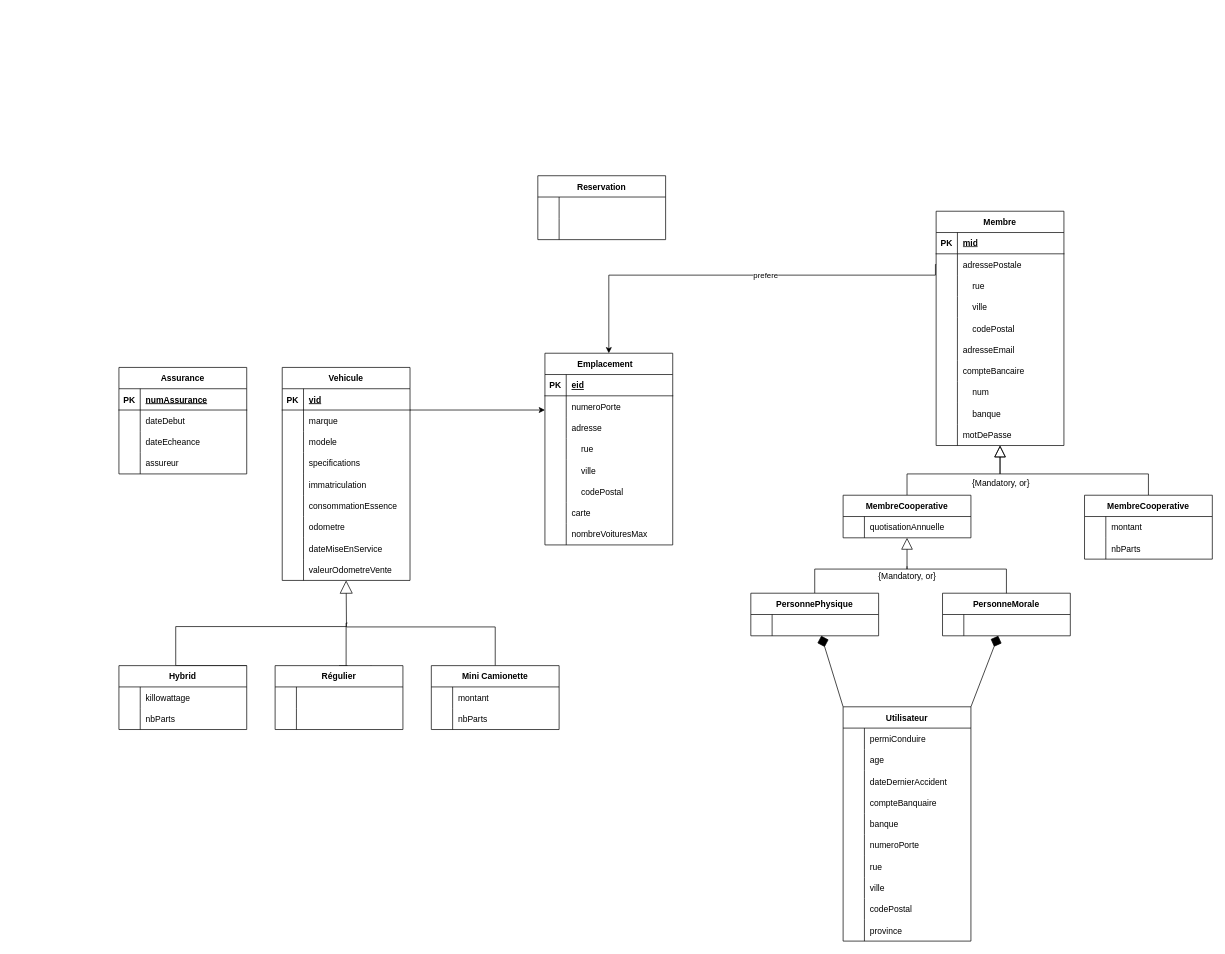
This is Tp4_Diagram.drawio from R0ma01/INF_3710_tp4, a draw.io file, before an edit. Source tidied: cells renumbered, new cells numbered last; positions are measured from the earlier drawing's top-left corner, leaving out a move shared by most shapes. Both pictures are drawn from the tidied source at 71%, with x=0, y=0 at pixel (119, 175).
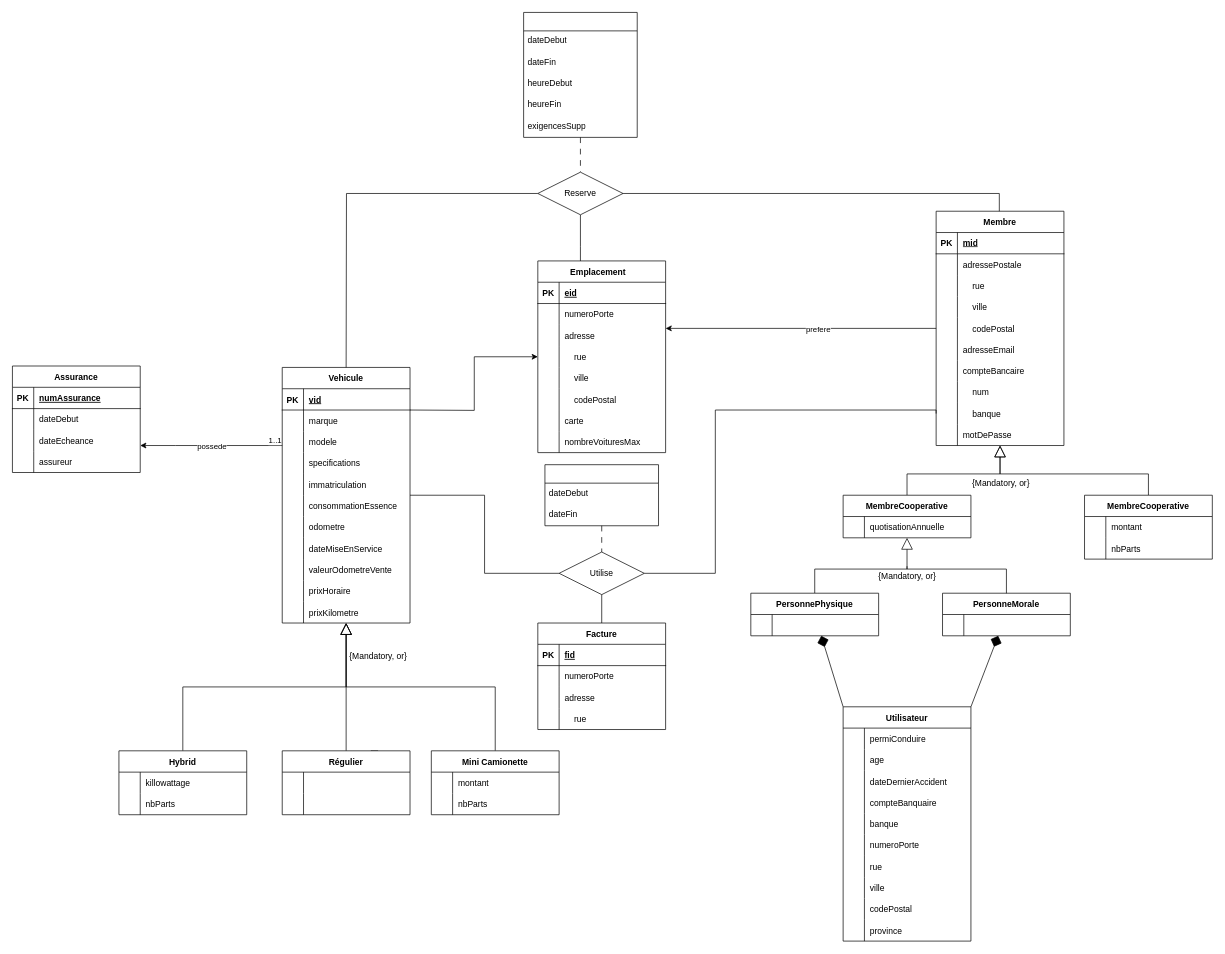
The same page after the edit.

Unchanged cells that the change refers to:
```xml
<mxCell id="154" value="Membre" style="shape=table;startSize=30;childLayout=tableLayout;rowLines=0;fontStyle=1;align=center;" parent="1" vertex="1">
  <mxGeometry x="1151" y="50" width="180" height="330" as="geometry" />
</mxCell>
<mxCell id="158" style="shape=tableRow;horizontal=0;startSize=0;swimlaneHead=0;swimlaneBody=0;fillColor=none;points=[[0,0.5],[1,0.5]];portConstraint=eastwest;top=0;left=0;right=0;bottom=0;" parent="154" vertex="1">
  <mxGeometry y="60" width="180" height="30" as="geometry" />
</mxCell>
<mxCell id="179" style="shape=tableRow;horizontal=0;startSize=0;swimlaneHead=0;swimlaneBody=0;fillColor=none;points=[[0,0.5],[1,0.5]];portConstraint=eastwest;top=0;left=0;right=0;bottom=0;" parent="154" vertex="1">
  <mxGeometry y="270" width="180" height="30" as="geometry" />
</mxCell>
```

What changed in the source:
```diff
@@
     <mxCell id="2" value="Emplacement   " style="shape=table;startSize=30;childLayout=tableLayout;rowLines=0;fontStyle=1;align=center;" parent="1" vertex="1">
-      <mxGeometry x="600" y="250" width="180" height="270" as="geometry" />
+      <mxGeometry x="590" y="120" width="180" height="270" as="geometry" />
     </mxCell>
@@
+    <mxCell id="193" style="edgeStyle=orthogonalEdgeStyle;rounded=0;jettySize=auto;html=1;" parent="1" edge="1" source="27" target="100">
+      <mxGeometry relative="1" as="geometry">
+        <Array as="points">
+          <mxPoint x="80" y="380" />
+          <mxPoint x="80" y="380" />
+        </Array>
+      </mxGeometry>
+    </mxCell>
+    <mxCell id="194" value="possede" style="edgeLabel;html=1;align=center;verticalAlign=middle;" parent="193" vertex="1">
+      <mxGeometry x="-0.14" y="1" relative="1" as="geometry">
+        <mxPoint x="-14" y="-1" as="offset" />
+      </mxGeometry>
+    </mxCell>
+    <mxCell id="195" value="1..1" style="edgeLabel;html=1;align=center;verticalAlign=middle;" parent="193" vertex="1">
+      <mxGeometry x="-0.93" y="-3" relative="1" as="geometry">
+        <mxPoint x="-4" y="-5" as="offset" />
+      </mxGeometry>
+    </mxCell>
     <mxCell id="27" value="Vehicule" style="shape=table;startSize=30;childLayout=tableLayout;rowLines=0;fontStyle=1;align=center;" parent="1" vertex="1">
-      <mxGeometry x="230" y="270" width="180" height="300" as="geometry" />
+      <mxGeometry x="230" y="270" width="180" height="360" as="geometry" />
     </mxCell>
@@
+    <mxCell id="196" style="shape=tableRow;horizontal=0;startSize=0;swimlaneHead=0;swimlaneBody=0;fillColor=none;top=0;left=0;right=0;bottom=0;" parent="27" vertex="1">
+      <mxGeometry y="300" width="180" height="30" as="geometry" />
+    </mxCell>
+    <mxCell id="197" style="shape=partialRectangle;fillColor=none;top=0;left=0;bottom=0;right=0;overflow=hidden;" parent="196" vertex="1">
+      <mxGeometry width="30" height="30" as="geometry" />
+    </mxCell>
+    <mxCell id="198" value="prixHoraire" style="shape=partialRectangle;fillColor=none;top=0;left=0;bottom=0;right=0;align=left;spacingLeft=6;overflow=hidden;" parent="196" vertex="1">
+      <mxGeometry x="30" width="150" height="30" as="geometry" />
+    </mxCell>
+    <mxCell id="199" style="shape=tableRow;horizontal=0;startSize=0;swimlaneHead=0;swimlaneBody=0;fillColor=none;top=0;left=0;right=0;bottom=0;" parent="27" vertex="1">
+      <mxGeometry y="330" width="180" height="30" as="geometry" />
+    </mxCell>
+    <mxCell id="200" style="shape=partialRectangle;fillColor=none;top=0;left=0;bottom=0;right=0;overflow=hidden;" parent="199" vertex="1">
+      <mxGeometry width="30" height="30" as="geometry" />
+    </mxCell>
+    <mxCell id="201" value="prixKilometre" style="shape=partialRectangle;fillColor=none;top=0;left=0;bottom=0;right=0;align=left;spacingLeft=6;overflow=hidden;" parent="199" vertex="1">
+      <mxGeometry x="30" width="150" height="30" as="geometry" />
+    </mxCell>
@@
-    <mxCell id="74" style="edgeStyle=orthogonalEdgeStyle;rounded=0;jettySize=auto;html=1;exitX=0.5;exitY=0;exitDx=0;exitDy=0;endArrow=block;endFill=0;strokeWidth=1;endSize=16;" parent="1" edge="1" source="75">
-      <mxGeometry relative="1" as="geometry">
-        <mxPoint x="320" y="570" as="targetPoint" />
-      </mxGeometry>
-    </mxCell>
+    <mxCell id="202" style="edgeStyle=orthogonalEdgeStyle;rounded=0;jettySize=auto;html=1;endArrow=block;endFill=0;endSize=14;" parent="1" edge="1" source="75" target="27">
+      <mxGeometry relative="1" as="geometry">
+        <Array as="points">
+          <mxPoint x="530" y="720" />
+          <mxPoint x="320" y="720" />
+        </Array>
+      </mxGeometry>
+    </mxCell>
     <mxCell id="75" value="Mini Camionette" style="shape=table;startSize=30;childLayout=tableLayout;rowLines=0;fontStyle=1;align=center;" parent="1" vertex="1">
-      <mxGeometry x="440" y="690" width="180" height="90" as="geometry" />
+      <mxGeometry x="440" y="810" width="180" height="90" as="geometry" />
     </mxCell>
@@
     <mxCell id="82" style="edgeStyle=orthogonalEdgeStyle;rounded=0;jettySize=auto;html=1;exitX=0.5;exitY=0;exitDx=0;exitDy=0;" parent="1" edge="1" source="85">
       <mxGeometry relative="1" as="geometry">
-        <mxPoint x="320" y="705" as="targetPoint" />
+        <mxPoint x="320" y="825" as="targetPoint" />
       </mxGeometry>
     </mxCell>
     <mxCell id="83" style="edgeStyle=orthogonalEdgeStyle;rounded=0;jettySize=auto;html=1;exitX=0.75;exitY=0;exitDx=0;exitDy=0;" parent="1" edge="1" source="85">
       <mxGeometry relative="1" as="geometry">
-        <mxPoint x="355" y="705" as="targetPoint" />
+        <mxPoint x="355" y="825" as="targetPoint" />
       </mxGeometry>
     </mxCell>
-    <mxCell id="84" style="edgeStyle=orthogonalEdgeStyle;rounded=0;orthogonalLoop=1;jettySize=auto;html=1;exitX=0.559;exitY=0.017;exitDx=0;exitDy=0;endArrow=none;endFill=0;exitPerimeter=0;" parent="1" edge="1">
-      <mxGeometry relative="1" as="geometry">
-        <mxPoint x="321.6" y="691.5" as="sourcePoint" />
-        <mxPoint x="322" y="630" as="targetPoint" />
-        <Array as="points">
-          <mxPoint x="322" y="690" />
-          <mxPoint x="320" y="690" />
-        </Array>
-      </mxGeometry>
-    </mxCell>
+    <mxCell id="203" style="edgeStyle=orthogonalEdgeStyle;rounded=0;jettySize=auto;html=1;exitX=0.5;exitY=0;exitDx=0;exitDy=0;endArrow=block;endFill=0;endSize=14;" parent="1" edge="1" source="85" target="27">
+      <mxGeometry relative="1" as="geometry" />
+    </mxCell>
     <mxCell id="85" value="Régulier" style="shape=table;startSize=30;childLayout=tableLayout;rowLines=0;fontStyle=1;align=center;" parent="1" vertex="1">
-      <mxGeometry x="220" y="690" width="180" height="90" as="geometry" />
+      <mxGeometry x="230" y="810" width="180" height="90" as="geometry" />
     </mxCell>
@@
-    <mxCell id="92" style="edgeStyle=orthogonalEdgeStyle;rounded=0;orthogonalLoop=1;jettySize=auto;html=1;exitX=1;exitY=0;exitDx=0;exitDy=0;endArrow=none;endFill=0;" parent="1" edge="1">
-      <mxGeometry relative="1" as="geometry">
-        <mxPoint x="180" y="690" as="sourcePoint" />
-        <mxPoint x="320" y="635" as="targetPoint" />
-        <Array as="points">
-          <mxPoint x="80" y="690" />
-          <mxPoint x="80" y="635" />
-          <mxPoint x="320" y="635" />
-        </Array>
-      </mxGeometry>
-    </mxCell>
+    <mxCell id="204" style="edgeStyle=orthogonalEdgeStyle;rounded=0;jettySize=auto;html=1;exitX=0.5;exitY=0;exitDx=0;exitDy=0;endArrow=block;endFill=0;endSize=14;" parent="1" edge="1" source="93" target="27">
+      <mxGeometry relative="1" as="geometry">
+        <Array as="points">
+          <mxPoint x="90" y="720" />
+          <mxPoint x="320" y="720" />
+        </Array>
+      </mxGeometry>
+    </mxCell>
     <mxCell id="93" value="Hybrid" style="shape=table;startSize=30;childLayout=tableLayout;rowLines=0;fontStyle=1;align=center;" parent="1" vertex="1">
-      <mxGeometry y="690" width="180" height="90" as="geometry" />
+      <mxGeometry y="810" width="180" height="90" as="geometry" />
     </mxCell>
@@
     <mxCell id="100" value="Assurance" style="shape=table;startSize=30;childLayout=tableLayout;rowLines=0;fontStyle=1;align=center;" parent="1" vertex="1">
-      <mxGeometry y="270" width="180" height="150" as="geometry" />
+      <mxGeometry x="-150" y="268" width="180" height="150" as="geometry" />
     </mxCell>
@@
-    <mxCell id="113" style="edgeStyle=orthogonalEdgeStyle;rounded=0;orthogonalLoop=1;jettySize=auto;html=1;exitX=1;exitY=0.5;exitDx=0;exitDy=0;entryX=0;entryY=0.5;entryDx=0;entryDy=0;" parent="1" edge="1">
+    <mxCell id="113" style="edgeStyle=orthogonalEdgeStyle;rounded=0;jettySize=auto;html=1;exitX=1;exitY=0.5;exitDx=0;exitDy=0;" parent="1" edge="1" target="2">
       <mxGeometry relative="1" as="geometry">
         <mxPoint x="410" y="330" as="sourcePoint" />
-        <mxPoint x="600" y="330" as="targetPoint" />
       </mxGeometry>
     </mxCell>
@@
-    <mxCell id="147" value="Reservation" style="shape=table;startSize=30;childLayout=tableLayout;rowLines=0;fontStyle=1;align=center;" parent="1" vertex="1">
-      <mxGeometry x="590" width="180" height="90" as="geometry" />
-    </mxCell>
-    <mxCell id="148" style="shape=tableRow;horizontal=0;startSize=0;swimlaneHead=0;swimlaneBody=0;fillColor=none;top=0;left=0;right=0;bottom=0;" parent="147" vertex="1">
-      <mxGeometry y="30" width="180" height="30" as="geometry" />
-    </mxCell>
-    <mxCell id="149" style="shape=partialRectangle;fillColor=none;top=0;left=0;bottom=0;right=0;overflow=hidden;" parent="148" vertex="1">
-      <mxGeometry width="30" height="30" as="geometry" />
-    </mxCell>
-    <mxCell id="150" style="shape=partialRectangle;fillColor=none;top=0;left=0;bottom=0;right=0;align=left;spacingLeft=6;overflow=hidden;" parent="148" vertex="1">
-      <mxGeometry x="30" width="150" height="30" as="geometry" />
-    </mxCell>
-    <mxCell id="151" style="shape=tableRow;horizontal=0;startSize=0;swimlaneHead=0;swimlaneBody=0;fillColor=none;top=0;left=0;right=0;bottom=0;" parent="147" vertex="1">
-      <mxGeometry y="60" width="180" height="30" as="geometry" />
-    </mxCell>
-    <mxCell id="152" style="shape=partialRectangle;fillColor=none;top=0;left=0;bottom=0;right=0;overflow=hidden;" parent="151" vertex="1">
-      <mxGeometry width="30" height="30" as="geometry" />
-    </mxCell>
-    <mxCell id="153" style="shape=partialRectangle;fillColor=none;top=0;left=0;bottom=0;right=0;align=left;spacingLeft=6;overflow=hidden;" parent="151" vertex="1">
-      <mxGeometry x="30" width="150" height="30" as="geometry" />
-    </mxCell>
@@
-    <mxCell id="190" style="edgeStyle=orthogonalEdgeStyle;rounded=0;jettySize=auto;html=1;exitX=0;exitY=0.5;exitDx=0;exitDy=0;" parent="1" edge="1" source="158" target="2">
+    <mxCell id="190" style="edgeStyle=orthogonalEdgeStyle;rounded=0;jettySize=auto;html=1;" parent="1" edge="1" source="154" target="2">
       <mxGeometry relative="1" as="geometry">
         <Array as="points">
-          <mxPoint x="1150" y="140" />
-          <mxPoint x="690" y="140" />
+          <mxPoint x="720" y="140" />
         </Array>
       </mxGeometry>
     </mxCell>
@@
+    <mxCell id="205" style="edgeStyle=orthogonalEdgeStyle;rounded=0;jettySize=auto;html=1;endArrow=none;endFill=0;dashed=1;dashPattern=8 8;" parent="1" edge="1" source="206" target="215">
+      <mxGeometry relative="1" as="geometry" />
+    </mxCell>
+    <mxCell id="206" style="swimlane;fontStyle=0;horizontal=1;startSize=26;align=center;fontSize=14;" parent="1" vertex="1">
+      <mxGeometry x="570" y="-230" width="160" height="176" as="geometry" />
+    </mxCell>
+    <mxCell id="207" value="dateDebut" style="text;strokeColor=none;fillColor=none;spacingLeft=4;spacingRight=4;overflow=hidden;fontSize=12;whiteSpace=wrap;html=1;" parent="206" vertex="1">
+      <mxGeometry y="26" width="160" height="30" as="geometry" />
+    </mxCell>
+    <mxCell id="208" value="dateFin" style="text;strokeColor=none;fillColor=none;spacingLeft=4;spacingRight=4;overflow=hidden;fontSize=12;whiteSpace=wrap;html=1;" parent="206" vertex="1">
+      <mxGeometry y="56" width="160" height="30" as="geometry" />
+    </mxCell>
+    <mxCell id="209" value="heureDebut" style="text;strokeColor=none;fillColor=none;spacingLeft=4;spacingRight=4;overflow=hidden;fontSize=12;whiteSpace=wrap;html=1;" parent="206" vertex="1">
+      <mxGeometry y="86" width="160" height="30" as="geometry" />
+    </mxCell>
+    <mxCell id="210" value="heureFin" style="text;strokeColor=none;fillColor=none;spacingLeft=4;spacingRight=4;overflow=hidden;fontSize=12;whiteSpace=wrap;html=1;" parent="206" vertex="1">
+      <mxGeometry y="116" width="160" height="30" as="geometry" />
+    </mxCell>
+    <mxCell id="211" value="exigencesSupp" style="text;strokeColor=none;fillColor=none;spacingLeft=4;spacingRight=4;overflow=hidden;fontSize=12;whiteSpace=wrap;html=1;" parent="206" vertex="1">
+      <mxGeometry y="146" width="160" height="30" as="geometry" />
+    </mxCell>
+    <mxCell id="212" style="edgeStyle=orthogonalEdgeStyle;rounded=0;jettySize=auto;html=1;endArrow=none;endFill=0;" parent="1" edge="1" source="215">
+      <mxGeometry relative="1" as="geometry">
+        <mxPoint x="320" y="270" as="targetPoint" />
+      </mxGeometry>
+    </mxCell>
+    <mxCell id="213" style="edgeStyle=orthogonalEdgeStyle;rounded=0;jettySize=auto;html=1;endArrow=none;endFill=0;" parent="1" edge="1" source="154" target="215">
+      <mxGeometry relative="1" as="geometry">
+        <Array as="points">
+          <mxPoint x="1240" y="25" />
+        </Array>
+      </mxGeometry>
+    </mxCell>
+    <mxCell id="214" style="edgeStyle=orthogonalEdgeStyle;rounded=0;jettySize=auto;html=1;exitX=0.5;exitY=1;exitDx=0;exitDy=0;endArrow=none;endFill=0;" parent="1" edge="1" source="215" target="2">
+      <mxGeometry relative="1" as="geometry">
+        <Array as="points">
+          <mxPoint x="650" y="100" />
+          <mxPoint x="650" y="100" />
+        </Array>
+      </mxGeometry>
+    </mxCell>
+    <mxCell id="215" value="Reserve" style="shape=rhombus;perimeter=rhombusPerimeter;whiteSpace=wrap;html=1;align=center;" parent="1" vertex="1">
+      <mxGeometry x="590" y="-5" width="120" height="60" as="geometry" />
+    </mxCell>
+    <mxCell id="216" value="{Mandatory, or}" style="text;html=1;align=center;verticalAlign=middle;strokeColor=none;fillColor=none;" parent="1" vertex="1">
+      <mxGeometry x="315" y="662" width="100" height="30" as="geometry" />
+    </mxCell>
+    <mxCell id="217" style="edgeStyle=orthogonalEdgeStyle;rounded=0;jettySize=auto;html=1;exitX=0;exitY=0.5;exitDx=0;exitDy=0;endArrow=none;endFill=0;" parent="1" edge="1" source="219" target="27">
+      <mxGeometry relative="1" as="geometry" />
+    </mxCell>
+    <mxCell id="218" style="edgeStyle=orthogonalEdgeStyle;rounded=0;jettySize=auto;html=1;exitX=0;exitY=0.5;exitDx=0;exitDy=0;endArrow=none;endFill=0;" parent="1" edge="1" source="179" target="219">
+      <mxGeometry relative="1" as="geometry">
+        <Array as="points">
+          <mxPoint x="1151" y="330" />
+          <mxPoint x="840" y="330" />
+          <mxPoint x="840" y="560" />
+        </Array>
+      </mxGeometry>
+    </mxCell>
+    <mxCell id="219" value="Utilise" style="shape=rhombus;perimeter=rhombusPerimeter;whiteSpace=wrap;html=1;align=center;" parent="1" vertex="1">
+      <mxGeometry x="620" y="530" width="120" height="60" as="geometry" />
+    </mxCell>
+    <mxCell id="220" style="edgeStyle=orthogonalEdgeStyle;rounded=0;jettySize=auto;html=1;exitX=0.5;exitY=0;exitDx=0;exitDy=0;endArrow=none;endFill=0;" parent="1" edge="1" source="221" target="219">
+      <mxGeometry relative="1" as="geometry" />
+    </mxCell>
+    <mxCell id="221" value="Facture" style="shape=table;startSize=30;childLayout=tableLayout;rowLines=0;fontStyle=1;align=center;" parent="1" vertex="1">
+      <mxGeometry x="590" y="630" width="180" height="150" as="geometry" />
+    </mxCell>
+    <mxCell id="222" style="shape=tableRow;horizontal=0;startSize=0;swimlaneHead=0;swimlaneBody=0;fillColor=none;top=0;left=0;right=0;bottom=1;" parent="221" vertex="1">
+      <mxGeometry y="30" width="180" height="30" as="geometry" />
+    </mxCell>
+    <mxCell id="223" value="PK" style="shape=partialRectangle;fillColor=none;top=0;left=0;bottom=0;right=0;fontStyle=1;overflow=hidden;" parent="222" vertex="1">
+      <mxGeometry width="30" height="30" as="geometry" />
+    </mxCell>
+    <mxCell id="224" value="fid" style="shape=partialRectangle;fillColor=none;top=0;left=0;bottom=0;right=0;align=left;spacingLeft=6;fontStyle=5;overflow=hidden;" parent="222" vertex="1">
+      <mxGeometry x="30" width="150" height="30" as="geometry" />
+    </mxCell>
+    <mxCell id="151" style="shape=tableRow;horizontal=0;startSize=0;swimlaneHead=0;swimlaneBody=0;fillColor=none;top=0;left=0;right=0;bottom=0;" parent="221" vertex="1">
+      <mxGeometry y="60" width="180" height="30" as="geometry" />
+    </mxCell>
+    <mxCell id="225" style="shape=partialRectangle;fillColor=none;top=0;left=0;bottom=0;right=0;overflow=hidden;" parent="151" vertex="1">
+      <mxGeometry width="30" height="30" as="geometry" />
+    </mxCell>
+    <mxCell id="226" value="numeroPorte             " style="shape=partialRectangle;fillColor=none;top=0;left=0;bottom=0;right=0;align=left;spacingLeft=6;overflow=hidden;" parent="151" vertex="1">
+      <mxGeometry x="30" width="150" height="30" as="geometry" />
+    </mxCell>
+    <mxCell id="227" style="shape=tableRow;horizontal=0;startSize=0;swimlaneHead=0;swimlaneBody=0;fillColor=none;top=0;left=0;right=0;bottom=0;" parent="221" vertex="1">
+      <mxGeometry y="90" width="180" height="30" as="geometry" />
+    </mxCell>
+    <mxCell id="228" style="shape=partialRectangle;fillColor=none;top=0;left=0;bottom=0;right=0;overflow=hidden;" parent="227" vertex="1">
+      <mxGeometry width="30" height="30" as="geometry" />
+    </mxCell>
+    <mxCell id="229" value="adresse" style="shape=partialRectangle;fillColor=none;top=0;left=0;bottom=0;right=0;align=left;spacingLeft=6;overflow=hidden;" parent="227" vertex="1">
+      <mxGeometry x="30" width="150" height="30" as="geometry" />
+    </mxCell>
+    <mxCell id="230" style="shape=tableRow;horizontal=0;startSize=0;swimlaneHead=0;swimlaneBody=0;fillColor=none;top=0;left=0;right=0;bottom=0;" parent="221" vertex="1">
+      <mxGeometry y="120" width="180" height="30" as="geometry" />
+    </mxCell>
+    <mxCell id="231" style="shape=partialRectangle;fillColor=none;top=0;left=0;bottom=0;right=0;overflow=hidden;" parent="230" vertex="1">
+      <mxGeometry width="30" height="30" as="geometry" />
+    </mxCell>
+    <mxCell id="232" value="    rue" style="shape=partialRectangle;fillColor=none;top=0;left=0;bottom=0;right=0;align=left;spacingLeft=6;overflow=hidden;" parent="230" vertex="1">
+      <mxGeometry x="30" width="150" height="30" as="geometry" />
+    </mxCell>
+    <mxCell id="233" style="edgeStyle=orthogonalEdgeStyle;rounded=0;jettySize=auto;html=1;dashed=1;dashPattern=8 8;endArrow=none;endFill=0;" parent="1" edge="1" source="234">
+      <mxGeometry relative="1" as="geometry">
+        <mxPoint x="680" y="530" as="targetPoint" />
+      </mxGeometry>
+    </mxCell>
+    <mxCell id="234" style="swimlane;fontStyle=0;horizontal=1;startSize=26;align=center;fontSize=14;" parent="1" vertex="1">
+      <mxGeometry x="600" y="407" width="160" height="86" as="geometry" />
+    </mxCell>
+    <mxCell id="235" value="dateDebut" style="text;strokeColor=none;fillColor=none;spacingLeft=4;spacingRight=4;overflow=hidden;fontSize=12;whiteSpace=wrap;html=1;" parent="234" vertex="1">
+      <mxGeometry y="26" width="160" height="30" as="geometry" />
+    </mxCell>
+    <mxCell id="236" value="dateFin" style="text;strokeColor=none;fillColor=none;spacingLeft=4;spacingRight=4;overflow=hidden;fontSize=12;whiteSpace=wrap;html=1;" parent="234" vertex="1">
+      <mxGeometry y="56" width="160" height="30" as="geometry" />
+    </mxCell>
```
